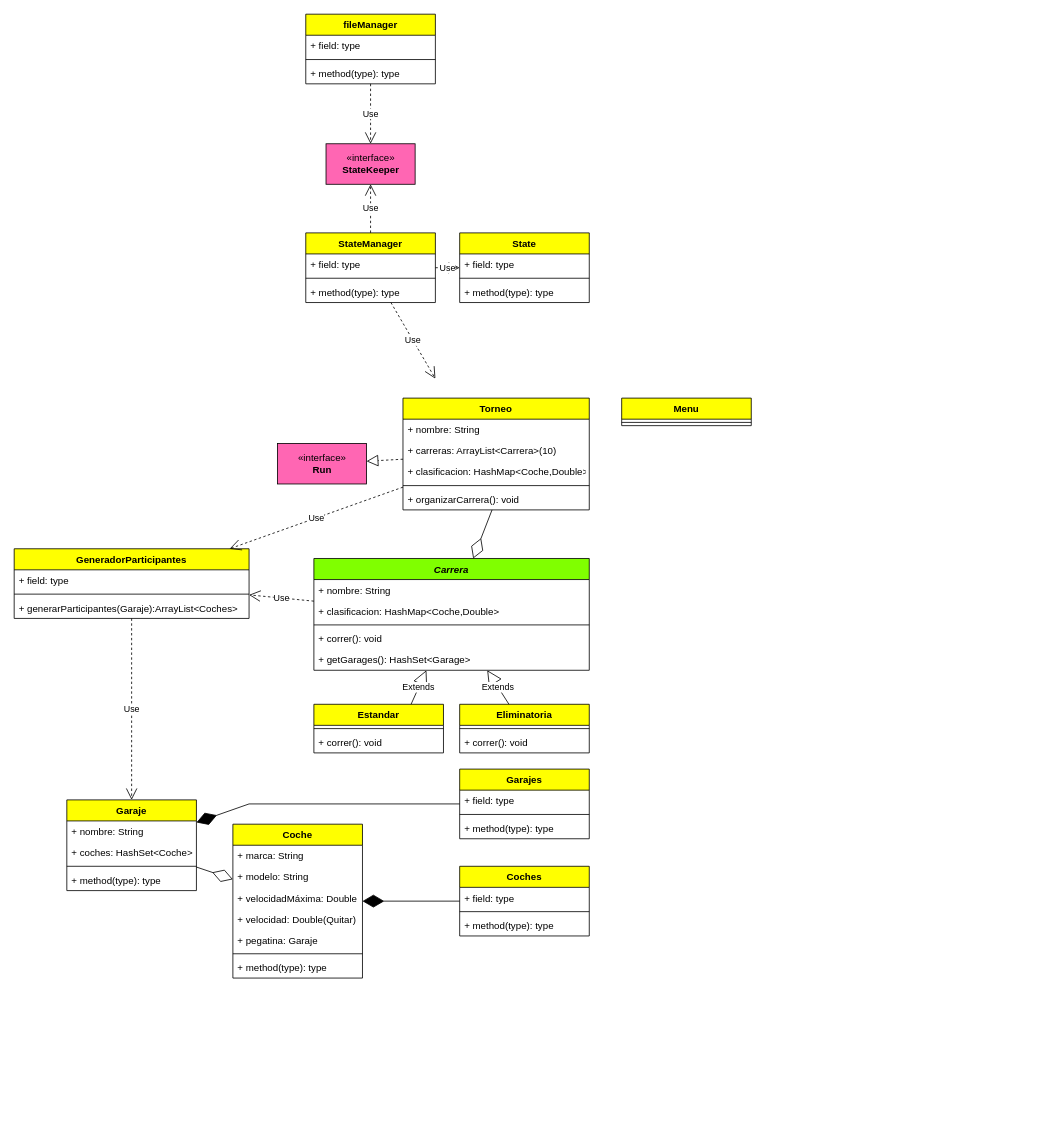
Earlier version of the draw.io diagram Programacion/RaceControl/RaceControlUML.drawio (MarioCFC/Bootcamp). Source tidied: cells renumbered, new cells numbered last; positions are measured from the earlier drawing's top-left corner, leaving out a move shared by most shapes. Both pictures are drawn from the tidied source at 81%, with x=0, y=0 at pixel (14, 14).
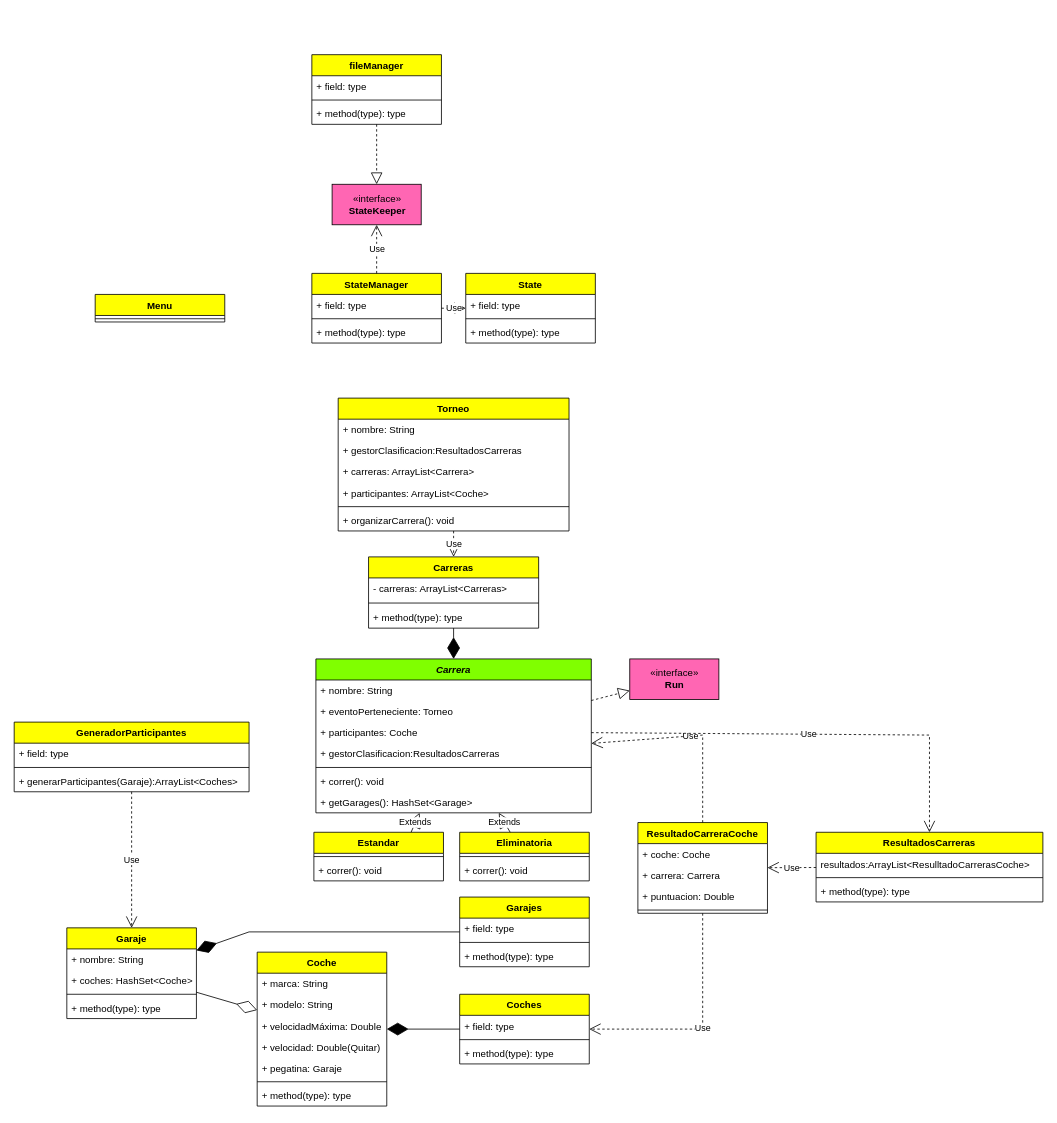
Above is the later version.

What changed in the source:
```diff
@@
     <mxCell id="2" value="Coche" style="swimlane;fontStyle=1;align=center;verticalAlign=top;horizontal=1;startSize=26;fillColor=#FFFF00;" parent="1" vertex="1">
-      <mxGeometry x="270" y="1000" width="160" height="190" as="geometry" />
+      <mxGeometry x="300" y="1158" width="160" height="190" as="geometry" />
     </mxCell>
@@
     <mxCell id="10" value="Garaje" style="swimlane;fontStyle=1;align=center;verticalAlign=top;horizontal=1;startSize=26;fillColor=#FFFF00;" parent="1" vertex="1">
-      <mxGeometry x="65" y="970" width="160" height="112" as="geometry" />
+      <mxGeometry x="65" y="1128" width="160" height="112" as="geometry" />
     </mxCell>
@@
     <mxCell id="15" value="Torneo" style="swimlane;fontStyle=1;align=center;verticalAlign=top;horizontal=1;startSize=26;fillColor=#FFFF00;" parent="1" vertex="1">
-      <mxGeometry x="480" y="474" width="230" height="138" as="geometry" />
+      <mxGeometry x="400" y="474" width="285" height="164" as="geometry" />
     </mxCell>
     <mxCell id="16" value="+ nombre: String" style="text;strokeColor=none;fillColor=none;align=left;verticalAlign=top;spacingLeft=4;spacingRight=4;overflow=hidden;" parent="15" vertex="1">
-      <mxGeometry y="26" width="230" height="26" as="geometry" />
+      <mxGeometry y="26" width="285" height="26" as="geometry" />
     </mxCell>
+    <mxCell id="18" value="+ gestorClasificacion:ResultadosCarreras" style="text;strokeColor=none;fillColor=none;align=left;verticalAlign=top;spacingLeft=4;spacingRight=4;overflow=hidden;" parent="15" vertex="1">
+      <mxGeometry y="52" width="285" height="26" as="geometry" />
+    </mxCell>
-    <mxCell id="17" value="+ carreras: ArrayList&lt;Carrera&gt;(10)" style="text;strokeColor=none;fillColor=none;align=left;verticalAlign=top;spacingLeft=4;spacingRight=4;overflow=hidden;" parent="15" vertex="1">
-      <mxGeometry y="52" width="230" height="26" as="geometry" />
+    <mxCell id="17" value="+ carreras: ArrayList&lt;Carrera&gt;" style="text;strokeColor=none;fillColor=none;align=left;verticalAlign=top;spacingLeft=4;spacingRight=4;overflow=hidden;" parent="15" vertex="1">
+      <mxGeometry y="78" width="285" height="26" as="geometry" />
     </mxCell>
-    <mxCell id="18" value="+ clasificacion: HashMap&lt;Coche,Double&gt;" style="text;strokeColor=none;fillColor=none;align=left;verticalAlign=top;spacingLeft=4;spacingRight=4;overflow=hidden;" parent="15" vertex="1">
-      <mxGeometry y="78" width="230" height="26" as="geometry" />
-    </mxCell>
+    <mxCell id="75" value="+ participantes: ArrayList&lt;Coche&gt;" style="text;strokeColor=none;fillColor=none;align=left;verticalAlign=top;spacingLeft=4;spacingRight=4;overflow=hidden;" parent="15" vertex="1">
+      <mxGeometry y="104" width="285" height="26" as="geometry" />
+    </mxCell>
     <mxCell id="19" style="line;strokeWidth=1;fillColor=none;align=left;verticalAlign=middle;spacingTop=-1;spacingLeft=3;spacingRight=3;labelPosition=right;" parent="15" vertex="1">
-      <mxGeometry y="104" width="230" height="8" as="geometry" />
+      <mxGeometry y="130" width="285" height="8" as="geometry" />
     </mxCell>
     <mxCell id="20" value="+ organizarCarrera(): void" style="text;strokeColor=none;fillColor=none;align=left;verticalAlign=top;spacingLeft=4;spacingRight=4;overflow=hidden;points=[[0,0.5],[1,0.5]];portConstraint=eastwest;" parent="15" vertex="1">
-      <mxGeometry y="112" width="230" height="26" as="geometry" />
+      <mxGeometry y="138" width="285" height="26" as="geometry" />
     </mxCell>
@@
     <mxCell id="22" value="Carrera" style="swimlane;fontStyle=3;align=center;verticalAlign=top;horizontal=1;startSize=26;fillColor=#80FF00;" parent="1" vertex="1">
-      <mxGeometry x="370" y="672" width="340" height="138" as="geometry" />
+      <mxGeometry x="372.5" y="796" width="340" height="190" as="geometry" />
     </mxCell>
@@
+    <mxCell id="76" value="+ eventoPerteneciente: Torneo" style="text;strokeColor=none;fillColor=none;align=left;verticalAlign=top;spacingLeft=4;spacingRight=4;overflow=hidden;" parent="22" vertex="1">
+      <mxGeometry y="52" width="340" height="26" as="geometry" />
+    </mxCell>
+    <mxCell id="77" value="+ participantes: Coche" style="text;strokeColor=none;fillColor=none;align=left;verticalAlign=top;spacingLeft=4;spacingRight=4;overflow=hidden;points=[[0,0.5],[1,0.5]];portConstraint=eastwest;" parent="22" vertex="1">
+      <mxGeometry y="78" width="340" height="26" as="geometry" />
+    </mxCell>
-    <mxCell id="24" value="+ clasificacion: HashMap&lt;Coche,Double&gt;" style="text;strokeColor=none;fillColor=none;align=left;verticalAlign=top;spacingLeft=4;spacingRight=4;overflow=hidden;points=[[0,0.5],[1,0.5]];portConstraint=eastwest;" parent="22" vertex="1">
-      <mxGeometry y="52" width="340" height="26" as="geometry" />
+    <mxCell id="24" value="+ gestorClasificacion:ResultadosCarreras" style="text;strokeColor=none;fillColor=none;align=left;verticalAlign=top;spacingLeft=4;spacingRight=4;overflow=hidden;points=[[0,0.5],[1,0.5]];portConstraint=eastwest;" parent="22" vertex="1">
+      <mxGeometry y="104" width="340" height="26" as="geometry" />
     </mxCell>
     <mxCell id="25" style="line;strokeWidth=1;fillColor=none;align=left;verticalAlign=middle;spacingTop=-1;spacingLeft=3;spacingRight=3;labelPosition=right;" parent="22" vertex="1">
-      <mxGeometry y="78" width="340" height="8" as="geometry" />
+      <mxGeometry y="130" width="340" height="8" as="geometry" />
     </mxCell>
     <mxCell id="26" value="+ correr(): void" style="text;strokeColor=none;fillColor=none;align=left;verticalAlign=top;spacingLeft=4;spacingRight=4;overflow=hidden;" parent="22" vertex="1">
-      <mxGeometry y="86" width="340" height="26" as="geometry" />
+      <mxGeometry y="138" width="340" height="26" as="geometry" />
     </mxCell>
     <mxCell id="27" value="+ getGarages(): HashSet&lt;Garage&gt;" style="text;strokeColor=none;fillColor=none;align=left;verticalAlign=top;spacingLeft=4;spacingRight=4;overflow=hidden;" parent="22" vertex="1">
-      <mxGeometry y="112" width="340" height="26" as="geometry" />
+      <mxGeometry y="164" width="340" height="26" as="geometry" />
     </mxCell>
     <mxCell id="28" value="«interface»&lt;br&gt;&lt;b&gt;StateKeeper&lt;/b&gt;" style="html=1;fillColor=#FF66B3;" parent="1" vertex="1">
-      <mxGeometry x="385" y="160" width="110" height="50" as="geometry" />
+      <mxGeometry x="392.5" y="210" width="110" height="50" as="geometry" />
     </mxCell>
     <mxCell id="29" value="fileManager" style="swimlane;fontStyle=1;align=center;verticalAlign=top;horizontal=1;startSize=26;fillColor=#FFFF00;" parent="1" vertex="1">
-      <mxGeometry x="360" width="160" height="86" as="geometry" />
+      <mxGeometry x="367.5" y="50" width="160" height="86" as="geometry" />
     </mxCell>
@@
-    <mxCell id="33" value="Use" style="endArrow=open;endSize=12;dashed=1;html=1;rounded=0;" parent="1" edge="1" source="29" target="28">
-      <mxGeometry relative="1" as="geometry" />
-    </mxCell>
     <mxCell id="34" value="Eliminatoria" style="swimlane;fontStyle=1;align=center;verticalAlign=top;horizontal=1;startSize=26;fillColor=#FFFF00;" parent="1" vertex="1">
-      <mxGeometry x="550" y="852" width="160" height="60" as="geometry" />
+      <mxGeometry x="550" y="1010" width="160" height="60" as="geometry" />
     </mxCell>
@@
     <mxCell id="37" value="Estandar" style="swimlane;fontStyle=1;align=center;verticalAlign=top;horizontal=1;startSize=26;fillColor=#FFFF00;" parent="1" vertex="1">
-      <mxGeometry x="370" y="852" width="160" height="60" as="geometry" />
+      <mxGeometry x="370" y="1010" width="160" height="60" as="geometry" />
     </mxCell>
@@
     <mxCell id="42" value="StateManager" style="swimlane;fontStyle=1;align=center;verticalAlign=top;horizontal=1;startSize=26;fillColor=#FFFF00;" parent="1" vertex="1">
-      <mxGeometry x="360" y="270" width="160" height="86" as="geometry" />
+      <mxGeometry x="367.5" y="320" width="160" height="86" as="geometry" />
     </mxCell>
@@
     <mxCell id="46" value="State" style="swimlane;fontStyle=1;align=center;verticalAlign=top;horizontal=1;startSize=26;fillColor=#FFFF00;" parent="1" vertex="1">
-      <mxGeometry x="550" y="270" width="160" height="86" as="geometry" />
+      <mxGeometry x="557.5" y="320" width="160" height="86" as="geometry" />
     </mxCell>
@@
-    <mxCell id="51" value="Use" style="endArrow=open;endSize=12;dashed=1;html=1;rounded=0;" parent="1" edge="1" source="42">
-      <mxGeometry relative="1" as="geometry">
-        <mxPoint x="520" y="450" as="targetPoint" />
-      </mxGeometry>
-    </mxCell>
@@
-    <mxCell id="53" style="endArrow=diamondThin;endFill=0;endSize=24;html=1;rounded=0;" parent="1" edge="1" source="20" target="22">
-      <mxGeometry relative="1" as="geometry" />
-    </mxCell>
     <mxCell id="54" value="GeneradorParticipantes" style="swimlane;fontStyle=1;align=center;verticalAlign=top;horizontal=1;startSize=26;fillColor=#FFFF00;" parent="1" vertex="1">
-      <mxGeometry y="660" width="290" height="86" as="geometry" />
+      <mxGeometry y="874" width="290" height="86" as="geometry" />
     </mxCell>
@@
-    <mxCell id="58" value="Use" style="endArrow=open;endSize=12;dashed=1;html=1;rounded=0;" parent="1" edge="1" source="15" target="54">
-      <mxGeometry relative="1" as="geometry" />
-    </mxCell>
-    <mxCell id="59" value="Use" style="endArrow=open;endSize=12;dashed=1;html=1;rounded=0;" parent="1" edge="1" source="22" target="54">
-      <mxGeometry relative="1" as="geometry" />
-    </mxCell>
@@
     <mxCell id="61" value="«interface»&lt;br&gt;&lt;b&gt;Run&lt;br&gt;&lt;/b&gt;" style="html=1;fillColor=#FF66B3;" parent="1" vertex="1">
-      <mxGeometry x="325" y="530" width="110" height="50" as="geometry" />
+      <mxGeometry x="760" y="796" width="110" height="50" as="geometry" />
     </mxCell>
-    <mxCell id="62" style="endArrow=block;dashed=1;endFill=0;endSize=12;html=1;rounded=0;" parent="1" edge="1" source="15" target="61">
+    <mxCell id="62" style="endArrow=block;dashed=1;endFill=0;endSize=12;html=1;rounded=0;" parent="1" edge="1" source="22" target="61">
       <mxGeometry relative="1" as="geometry" />
     </mxCell>
     <mxCell id="63" value="Garajes" style="swimlane;fontStyle=1;align=center;verticalAlign=top;horizontal=1;startSize=26;fillColor=#FFFF00;" parent="1" vertex="1">
-      <mxGeometry x="550" y="932" width="160" height="86" as="geometry" />
+      <mxGeometry x="550" y="1090" width="160" height="86" as="geometry" />
     </mxCell>
@@
     <mxCell id="67" value="Coches" style="swimlane;fontStyle=1;align=center;verticalAlign=top;horizontal=1;startSize=26;fillColor=#FFFF00;" parent="1" vertex="1">
-      <mxGeometry x="550" y="1052" width="160" height="86" as="geometry" />
+      <mxGeometry x="550" y="1210" width="160" height="86" as="geometry" />
     </mxCell>
@@
     <mxCell id="71" style="endArrow=diamondThin;endFill=1;endSize=24;html=1;rounded=0;" parent="1" edge="1" source="63" target="10">
       <mxGeometry relative="1" as="geometry">
         <Array as="points">
-          <mxPoint x="290" y="975" />
+          <mxPoint x="290" y="1133" />
         </Array>
       </mxGeometry>
     </mxCell>
@@
     <mxCell id="73" value="Menu" style="swimlane;fontStyle=1;align=center;verticalAlign=top;horizontal=1;startSize=26;fillColor=#FFFF00;" parent="1" vertex="1">
-      <mxGeometry x="750" y="474" width="160" height="34" as="geometry" />
+      <mxGeometry x="100" y="346" width="160" height="34" as="geometry" />
     </mxCell>
@@
+    <mxCell id="78" value="ResultadoCarreraCoche" style="swimlane;fontStyle=1;align=center;verticalAlign=top;horizontal=1;startSize=26;fillColor=#FFFF00;" parent="1" vertex="1">
+      <mxGeometry x="770" y="998" width="160" height="112" as="geometry" />
+    </mxCell>
+    <mxCell id="79" value="+ coche: Coche" style="text;strokeColor=none;fillColor=none;align=left;verticalAlign=top;spacingLeft=4;spacingRight=4;overflow=hidden;" parent="78" vertex="1">
+      <mxGeometry y="26" width="160" height="26" as="geometry" />
+    </mxCell>
+    <mxCell id="80" value="+ carrera: Carrera" style="text;strokeColor=none;fillColor=none;align=left;verticalAlign=top;spacingLeft=4;spacingRight=4;overflow=hidden;" parent="78" vertex="1">
+      <mxGeometry y="52" width="160" height="26" as="geometry" />
+    </mxCell>
+    <mxCell id="81" value="+ puntuacion: Double" style="text;strokeColor=none;fillColor=none;align=left;verticalAlign=top;spacingLeft=4;spacingRight=4;overflow=hidden;" parent="78" vertex="1">
+      <mxGeometry y="78" width="160" height="26" as="geometry" />
+    </mxCell>
+    <mxCell id="82" style="line;strokeWidth=1;fillColor=none;align=left;verticalAlign=middle;spacingTop=-1;spacingLeft=3;spacingRight=3;labelPosition=right;" parent="78" vertex="1">
+      <mxGeometry y="104" width="160" height="8" as="geometry" />
+    </mxCell>
+    <mxCell id="83" value="ResultadosCarreras" style="swimlane;fontStyle=1;align=center;verticalAlign=top;horizontal=1;startSize=26;fillColor=#FFFF00;" parent="1" vertex="1">
+      <mxGeometry x="990" y="1010" width="280" height="86" as="geometry" />
+    </mxCell>
+    <mxCell id="84" value="resultados:ArrayList&lt;ResulltadoCarrerasCoche&gt;" style="text;strokeColor=none;fillColor=none;align=left;verticalAlign=top;spacingLeft=4;spacingRight=4;overflow=hidden;" parent="83" vertex="1">
+      <mxGeometry y="26" width="280" height="26" as="geometry" />
+    </mxCell>
+    <mxCell id="85" style="line;strokeWidth=1;fillColor=none;align=left;verticalAlign=middle;spacingTop=-1;spacingLeft=3;spacingRight=3;labelPosition=right;" parent="83" vertex="1">
+      <mxGeometry y="52" width="280" height="8" as="geometry" />
+    </mxCell>
+    <mxCell id="86" value="+ method(type): type" style="text;strokeColor=none;fillColor=none;align=left;verticalAlign=top;spacingLeft=4;spacingRight=4;overflow=hidden;" parent="83" vertex="1">
+      <mxGeometry y="60" width="280" height="26" as="geometry" />
+    </mxCell>
+    <mxCell id="87" value="Use" style="endArrow=open;endSize=12;dashed=1;html=1;rounded=0;" parent="1" edge="1" source="83" target="78">
+      <mxGeometry relative="1" as="geometry" />
+    </mxCell>
+    <mxCell id="88" value="Use" style="endArrow=open;endSize=12;dashed=1;html=1;rounded=0;" parent="1" edge="1" source="78" target="67">
+      <mxGeometry relative="1" as="geometry">
+        <Array as="points">
+          <mxPoint x="850" y="1253" />
+        </Array>
+      </mxGeometry>
+    </mxCell>
+    <mxCell id="89" value="Use" style="endArrow=open;endSize=12;dashed=1;html=1;rounded=0;" parent="1" edge="1" source="78" target="24">
+      <mxGeometry relative="1" as="geometry">
+        <Array as="points">
+          <mxPoint x="850" y="890" />
+        </Array>
+      </mxGeometry>
+    </mxCell>
+    <mxCell id="33" style="endArrow=block;dashed=1;endFill=0;endSize=12;html=1;rounded=0;" parent="1" edge="1" source="29" target="28">
+      <mxGeometry relative="1" as="geometry" />
+    </mxCell>
+    <mxCell id="90" value="Carreras" style="swimlane;fontStyle=1;align=center;verticalAlign=top;horizontal=1;startSize=26;fillColor=#FFFF00;" parent="1" vertex="1">
+      <mxGeometry x="437.5" y="670" width="210" height="88" as="geometry" />
+    </mxCell>
+    <mxCell id="91" value="- carreras: ArrayList&lt;Carreras&gt;" style="text;strokeColor=none;fillColor=none;align=left;verticalAlign=top;spacingLeft=4;spacingRight=4;overflow=hidden;" parent="90" vertex="1">
+      <mxGeometry y="26" width="210" height="26" as="geometry" />
+    </mxCell>
+    <mxCell id="92" style="line;strokeWidth=1;fillColor=none;align=left;verticalAlign=middle;spacingTop=-1;spacingLeft=3;spacingRight=3;labelPosition=right;" parent="90" vertex="1">
+      <mxGeometry y="52" width="210" height="10" as="geometry" />
+    </mxCell>
+    <mxCell id="93" value="+ method(type): type" style="text;strokeColor=none;fillColor=none;align=left;verticalAlign=top;spacingLeft=4;spacingRight=4;overflow=hidden;" parent="90" vertex="1">
+      <mxGeometry y="62" width="210" height="26" as="geometry" />
+    </mxCell>
+    <mxCell id="94" style="endArrow=diamondThin;endFill=1;endSize=24;html=1;rounded=0;" parent="1" edge="1" source="90" target="22">
+      <mxGeometry relative="1" as="geometry" />
+    </mxCell>
+    <mxCell id="95" value="Use" style="endArrow=open;endSize=12;dashed=1;html=1;rounded=0;" parent="1" edge="1" source="15" target="90">
+      <mxGeometry relative="1" as="geometry" />
+    </mxCell>
+    <mxCell id="96" value="Use" style="endArrow=open;endSize=12;dashed=1;html=1;rounded=0;exitX=1;exitY=0.5;exitDx=0;exitDy=0;" parent="1" edge="1" source="77" target="83">
+      <mxGeometry relative="1" as="geometry">
+        <Array as="points">
+          <mxPoint x="1130" y="890" />
+        </Array>
+      </mxGeometry>
+    </mxCell>
```
